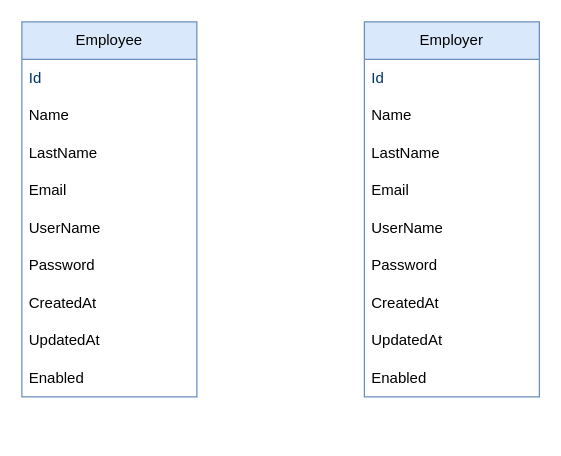
The draw.io diagram UML.drawio in Avin-Salih/UML, before the edit. Source tidied: cells renumbered, new cells numbered last; positions are measured from the earlier drawing's top-left corner, leaving out a move shared by most shapes. Both pictures are drawn from the tidied source at 125%, with x=0, y=0 at pixel (21, 21).
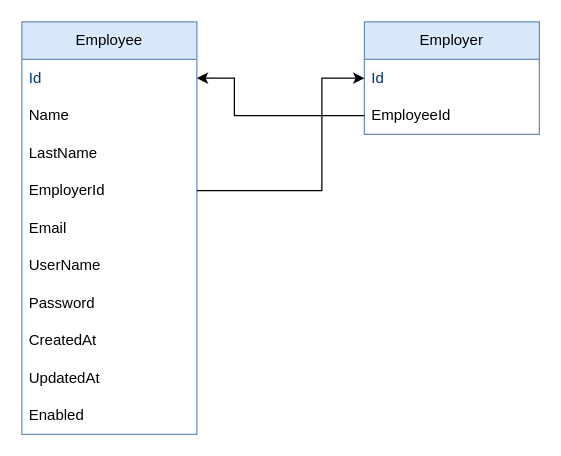
The same page after the edit.

Unchanged cells that the change refers to:
```xml
<mxCell id="3" value="&lt;span style=&quot;caret-color: rgb(0, 51, 102); color: rgb(0, 51, 102); font-family: Helvetica; font-size: 12px; font-style: normal; font-variant-caps: normal; font-weight: 400; letter-spacing: normal; text-align: left; text-indent: 0px; text-transform: none; word-spacing: 0px; -webkit-text-stroke-width: 0px; background-color: rgb(251, 251, 251); text-decoration: none; float: none; display: inline !important;&quot;&gt;Id&lt;/span&gt;" style="text;strokeColor=none;fillColor=none;align=left;verticalAlign=middle;spacingLeft=4;spacingRight=4;overflow=hidden;points=[[0,0.5],[1,0.5]];portConstraint=eastwest;whiteSpace=wrap;html=1;" parent="2" vertex="1">
  <mxGeometry y="30" width="140" height="30" as="geometry" />
</mxCell>
<mxCell id="13" value="&lt;span style=&quot;caret-color: rgb(0, 51, 102); color: rgb(0, 51, 102); font-family: Helvetica; font-size: 12px; font-style: normal; font-variant-caps: normal; font-weight: 400; letter-spacing: normal; text-align: left; text-indent: 0px; text-transform: none; word-spacing: 0px; -webkit-text-stroke-width: 0px; background-color: rgb(251, 251, 251); text-decoration: none; float: none; display: inline !important;&quot;&gt;Id&lt;/span&gt;" style="text;strokeColor=none;fillColor=none;align=left;verticalAlign=middle;spacingLeft=4;spacingRight=4;overflow=hidden;points=[[0,0.5],[1,0.5]];portConstraint=eastwest;whiteSpace=wrap;html=1;" parent="12" vertex="1">
  <mxGeometry y="30" width="140" height="30" as="geometry" />
</mxCell>
```

Change to the diagram source:
```diff
@@
     <mxCell id="2" value="Employee" style="swimlane;fontStyle=0;horizontal=1;startSize=30;whiteSpace=wrap;html=1;fillColor=#dae8fc;strokeColor=#6c8ebf;" parent="1" vertex="1">
-      <mxGeometry width="140" height="300" as="geometry" />
+      <mxGeometry width="140" height="330" as="geometry" />
     </mxCell>
@@
+    <mxCell id="22" value="EmployerId" style="text;strokeColor=none;fillColor=none;align=left;verticalAlign=middle;spacingLeft=4;spacingRight=4;overflow=hidden;points=[[0,0.5],[1,0.5]];portConstraint=eastwest;whiteSpace=wrap;html=1;" parent="2" vertex="1">
+      <mxGeometry y="120" width="140" height="30" as="geometry" />
+    </mxCell>
     <mxCell id="6" value="Email" style="text;strokeColor=none;fillColor=none;align=left;verticalAlign=middle;spacingLeft=4;spacingRight=4;overflow=hidden;whiteSpace=wrap;html=1;" parent="2" vertex="1">
-      <mxGeometry y="120" width="140" height="30" as="geometry" />
+      <mxGeometry y="150" width="140" height="30" as="geometry" />
     </mxCell>
     <mxCell id="7" value="UserName" style="text;strokeColor=none;fillColor=none;align=left;verticalAlign=middle;spacingLeft=4;spacingRight=4;overflow=hidden;whiteSpace=wrap;html=1;" parent="2" vertex="1">
-      <mxGeometry y="150" width="140" height="30" as="geometry" />
+      <mxGeometry y="180" width="140" height="30" as="geometry" />
     </mxCell>
     <mxCell id="8" value="Password" style="text;strokeColor=none;fillColor=none;align=left;verticalAlign=middle;spacingLeft=4;spacingRight=4;overflow=hidden;whiteSpace=wrap;html=1;" parent="2" vertex="1">
-      <mxGeometry y="180" width="140" height="30" as="geometry" />
+      <mxGeometry y="210" width="140" height="30" as="geometry" />
     </mxCell>
     <mxCell id="9" value="CreatedAt" style="text;strokeColor=none;fillColor=none;align=left;verticalAlign=middle;spacingLeft=4;spacingRight=4;overflow=hidden;whiteSpace=wrap;html=1;" parent="2" vertex="1">
-      <mxGeometry y="210" width="140" height="30" as="geometry" />
+      <mxGeometry y="240" width="140" height="30" as="geometry" />
     </mxCell>
     <mxCell id="10" value="UpdatedAt" style="text;strokeColor=none;fillColor=none;align=left;verticalAlign=middle;spacingLeft=4;spacingRight=4;overflow=hidden;whiteSpace=wrap;html=1;" parent="2" vertex="1">
-      <mxGeometry y="240" width="140" height="30" as="geometry" />
+      <mxGeometry y="270" width="140" height="30" as="geometry" />
     </mxCell>
     <mxCell id="11" value="Enabled" style="text;strokeColor=none;fillColor=none;align=left;verticalAlign=middle;spacingLeft=4;spacingRight=4;overflow=hidden;whiteSpace=wrap;html=1;" parent="2" vertex="1">
-      <mxGeometry y="270" width="140" height="30" as="geometry" />
+      <mxGeometry y="300" width="140" height="30" as="geometry" />
     </mxCell>
     <mxCell id="12" value="Employer" style="swimlane;fontStyle=0;horizontal=1;startSize=30;whiteSpace=wrap;html=1;fillColor=#dae8fc;strokeColor=#6c8ebf;" parent="1" vertex="1">
-      <mxGeometry x="274" width="140" height="300" as="geometry" />
+      <mxGeometry x="274" width="140" height="90" as="geometry" />
     </mxCell>
@@
-    <mxCell id="14" value="Name" style="text;strokeColor=none;fillColor=none;align=left;verticalAlign=middle;spacingLeft=4;spacingRight=4;overflow=hidden;points=[[0,0.5],[1,0.5]];portConstraint=eastwest;whiteSpace=wrap;html=1;" parent="12" vertex="1">
+    <mxCell id="14" value="EmployeeId" style="text;strokeColor=none;fillColor=none;align=left;verticalAlign=middle;spacingLeft=4;spacingRight=4;overflow=hidden;points=[[0,0.5],[1,0.5]];portConstraint=eastwest;whiteSpace=wrap;html=1;" parent="12" vertex="1">
       <mxGeometry y="60" width="140" height="30" as="geometry" />
     </mxCell>
-    <mxCell id="15" value="LastName" style="text;strokeColor=none;fillColor=none;align=left;verticalAlign=middle;spacingLeft=4;spacingRight=4;overflow=hidden;whiteSpace=wrap;html=1;" parent="12" vertex="1">
-      <mxGeometry y="90" width="140" height="30" as="geometry" />
-    </mxCell>
-    <mxCell id="16" value="Email" style="text;strokeColor=none;fillColor=none;align=left;verticalAlign=middle;spacingLeft=4;spacingRight=4;overflow=hidden;whiteSpace=wrap;html=1;" parent="12" vertex="1">
-      <mxGeometry y="120" width="140" height="30" as="geometry" />
-    </mxCell>
-    <mxCell id="17" value="UserName" style="text;strokeColor=none;fillColor=none;align=left;verticalAlign=middle;spacingLeft=4;spacingRight=4;overflow=hidden;whiteSpace=wrap;html=1;" parent="12" vertex="1">
-      <mxGeometry y="150" width="140" height="30" as="geometry" />
-    </mxCell>
-    <mxCell id="18" value="Password" style="text;strokeColor=none;fillColor=none;align=left;verticalAlign=middle;spacingLeft=4;spacingRight=4;overflow=hidden;whiteSpace=wrap;html=1;" parent="12" vertex="1">
-      <mxGeometry y="180" width="140" height="30" as="geometry" />
-    </mxCell>
-    <mxCell id="19" value="CreatedAt" style="text;strokeColor=none;fillColor=none;align=left;verticalAlign=middle;spacingLeft=4;spacingRight=4;overflow=hidden;whiteSpace=wrap;html=1;" parent="12" vertex="1">
-      <mxGeometry y="210" width="140" height="30" as="geometry" />
-    </mxCell>
-    <mxCell id="20" value="UpdatedAt" style="text;strokeColor=none;fillColor=none;align=left;verticalAlign=middle;spacingLeft=4;spacingRight=4;overflow=hidden;whiteSpace=wrap;html=1;" parent="12" vertex="1">
-      <mxGeometry y="240" width="140" height="30" as="geometry" />
-    </mxCell>
-    <mxCell id="21" value="Enabled" style="text;strokeColor=none;fillColor=none;align=left;verticalAlign=middle;spacingLeft=4;spacingRight=4;overflow=hidden;whiteSpace=wrap;html=1;" parent="12" vertex="1">
-      <mxGeometry y="270" width="140" height="30" as="geometry" />
-    </mxCell>
+    <mxCell id="23" style="edgeStyle=orthogonalEdgeStyle;rounded=0;jettySize=auto;html=1;entryX=1;entryY=0.5;entryDx=0;entryDy=0;" parent="1" edge="1" source="14" target="3">
+      <mxGeometry relative="1" as="geometry">
+        <Array as="points">
+          <mxPoint x="170" y="75" />
+          <mxPoint x="170" y="45" />
+        </Array>
+      </mxGeometry>
+    </mxCell>
+    <mxCell id="24" style="edgeStyle=orthogonalEdgeStyle;rounded=0;jettySize=auto;html=1;entryX=0;entryY=0.5;entryDx=0;entryDy=0;" parent="1" edge="1" source="22" target="13">
+      <mxGeometry relative="1" as="geometry">
+        <Array as="points">
+          <mxPoint x="240" y="135" />
+          <mxPoint x="240" y="45" />
+        </Array>
+      </mxGeometry>
+    </mxCell>
```
